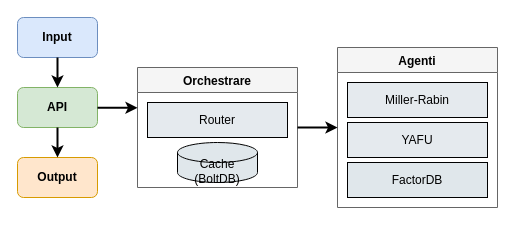
Above: doc/SRS/diagrame/XML/diagrama_prime_checker.drawio in MoldoAndr/vitruvian-cipher (draw.io), before the change. Source tidied: cells renumbered, new cells numbered last; positions are measured from the earlier drawing's top-left corner, leaving out a move shared by most shapes. Both pictures are drawn from the tidied source at 100%, with x=0, y=0 at pixel (17, 17).
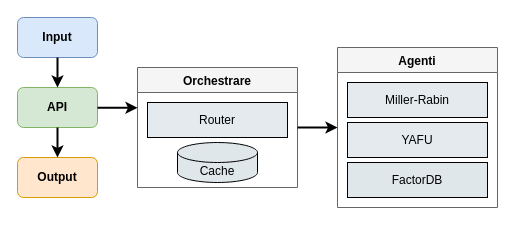
The same page after the edit.

Change to the diagram source:
```diff
@@
 <mxGraphModel>
   <root>
     <mxCell id="0" />
     <mxCell id="1" parent="0" />
     <mxCell id="2" value="Input" style="rounded=1;whiteSpace=wrap;html=1;fillColor=#dae8fc;strokeColor=#6c8ebf;fontStyle=1;" parent="1" vertex="1">
       <mxGeometry width="80" height="40" as="geometry" />
     </mxCell>
     <mxCell id="3" value="API" style="rounded=1;whiteSpace=wrap;html=1;fillColor=#d5e8d4;strokeColor=#82b366;fontStyle=1;" parent="1" vertex="1">
       <mxGeometry y="70" width="80" height="40" as="geometry" />
     </mxCell>
     <mxCell id="4" value="Orchestrare" style="swimlane;horizontal=1;startSize=25;fillColor=#f5f5f5;strokeColor=#666666;fontStyle=1;" parent="1" vertex="1">
       <mxGeometry x="120" y="50" width="160" height="120" as="geometry" />
     </mxCell>
     <mxCell id="5" value="Router" style="rounded=0;whiteSpace=wrap;html=1;fillColor=#e5eaee;strokeColor=#000000;" parent="4" vertex="1">
       <mxGeometry x="10" y="35" width="140" height="35" as="geometry" />
     </mxCell>
-    <mxCell id="6" value="Cache (BoltDB)" style="shape=cylinder3;whiteSpace=wrap;html=1;boundedLbl=1;backgroundOutline=1;size=10;fillColor=#e0e7eb;strokeColor=#000000;" parent="4" vertex="1">
+    <mxCell id="6" value="Cache" style="shape=cylinder3;whiteSpace=wrap;html=1;boundedLbl=1;backgroundOutline=1;size=10;fillColor=#e0e7eb;strokeColor=#000000;" parent="4" vertex="1">
       <mxGeometry x="40" y="75" width="80" height="40" as="geometry" />
     </mxCell>
     <mxCell id="7" value="Agenti" style="swimlane;horizontal=1;startSize=25;fillColor=#f5f5f5;strokeColor=#666666;fontStyle=1;" parent="1" vertex="1">
       <mxGeometry x="320" y="30" width="160" height="160" as="geometry" />
     </mxCell>
     <mxCell id="8" value="Miller-Rabin" style="rounded=0;whiteSpace=wrap;html=1;fillColor=#e5eaee;strokeColor=#000000;" parent="7" vertex="1">
       <mxGeometry x="10" y="35" width="140" height="35" as="geometry" />
     </mxCell>
     <mxCell id="9" value="YAFU" style="rounded=0;whiteSpace=wrap;html=1;fillColor=#e5eaee;strokeColor=#000000;" parent="7" vertex="1">
       <mxGeometry x="10" y="75" width="140" height="35" as="geometry" />
     </mxCell>
     <mxCell id="10" value="FactorDB" style="rounded=0;whiteSpace=wrap;html=1;fillColor=#e0e7eb;strokeColor=#000000;" parent="7" vertex="1">
       <mxGeometry x="10" y="115" width="140" height="35" as="geometry" />
     </mxCell>
     <mxCell id="11" style="edgeStyle=orthogonalEdgeStyle;rounded=0;jettySize=auto;html=1;strokeColor=#000000;strokeWidth=2;" parent="1" edge="1" source="2" target="3">
       <mxGeometry relative="1" as="geometry" />
     </mxCell>
     <mxCell id="12" style="edgeStyle=orthogonalEdgeStyle;rounded=0;jettySize=auto;html=1;strokeColor=#000000;strokeWidth=2;" parent="1" edge="1" source="4" target="7">
       <mxGeometry relative="1" as="geometry" />
     </mxCell>
     <mxCell id="13" value="Output" style="rounded=1;whiteSpace=wrap;html=1;fillColor=#ffe6cc;strokeColor=#d79b00;fontStyle=1;" parent="1" vertex="1">
       <mxGeometry y="140" width="80" height="40" as="geometry" />
     </mxCell>
     <mxCell id="14" style="edgeStyle=orthogonalEdgeStyle;rounded=0;orthogonalLoop=1;jettySize=auto;html=1;strokeColor=#000000;strokeWidth=2;" parent="1" edge="1">
       <mxGeometry relative="1" as="geometry">
         <mxPoint x="80" y="90.3" as="sourcePoint" />
         <mxPoint x="120" y="90.3" as="targetPoint" />
         <Array as="points">
           <mxPoint x="110" y="90" />
           <mxPoint x="110" y="90" />
         </Array>
       </mxGeometry>
     </mxCell>
     <mxCell id="15" style="edgeStyle=orthogonalEdgeStyle;rounded=0;jettySize=auto;html=1;strokeColor=#000000;strokeWidth=2;entryX=0.5;entryY=0;entryDx=0;entryDy=0;exitX=0.5;exitY=1;exitDx=0;exitDy=0;" parent="1" edge="1" source="3" target="13">
       <mxGeometry relative="1" as="geometry">
         <Array as="points">
           <mxPoint x="40" y="120" />
           <mxPoint x="40" y="120" />
         </Array>
       </mxGeometry>
     </mxCell>
   </root>
 </mxGraphModel>
```
